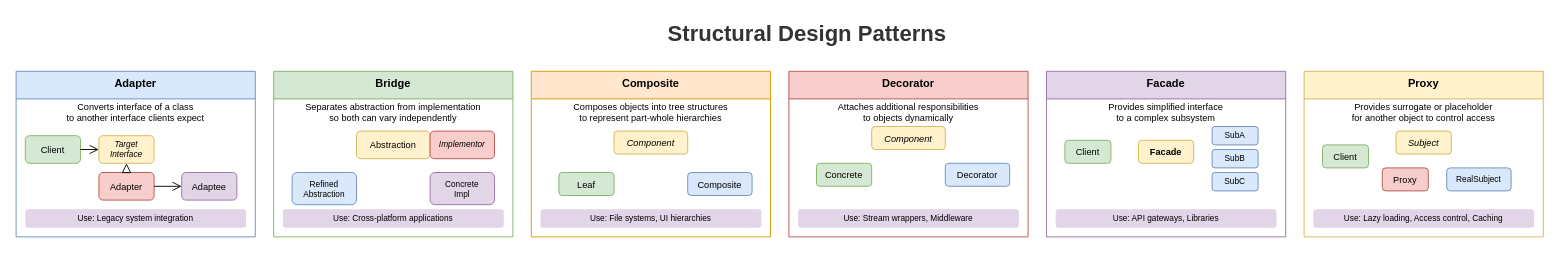
The draw.io diagram lesson-01-software-design-architecture/diagrams/1.2-structural-patterns-overview.drawio in MrParkerZ7/document-lesson-software-architect-x-claude, before the edit. Source tidied: cells renumbered, new cells numbered last; positions are measured from the earlier drawing's top-left corner, leaving out a move shared by most shapes. Both pictures are drawn from the tidied source at 92%, with x=0, y=0 at pixel (16, 16).
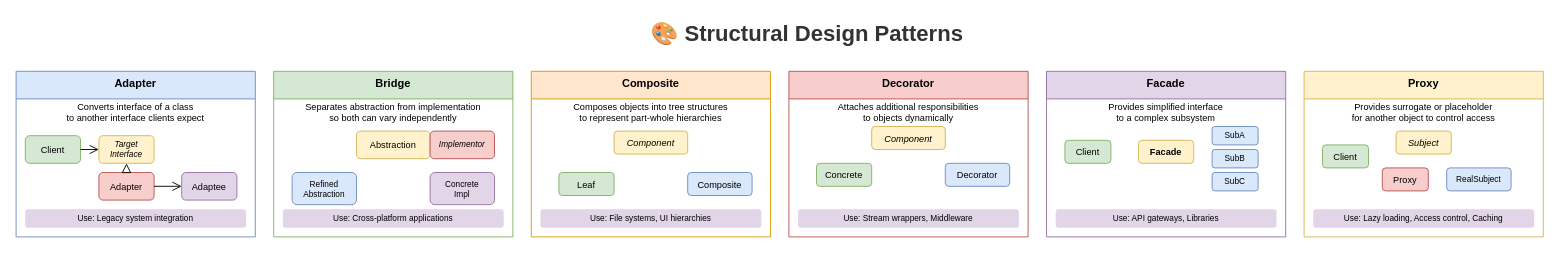
The same diagram, later.

Diff of the diagram source:
```diff
@@
-    <mxCell id="2" value="Structural Design Patterns" style="text;html=1;strokeColor=none;fillColor=none;align=center;verticalAlign=middle;whiteSpace=wrap;rounded=0;fontSize=24;fontStyle=1;fontColor=#333333;" parent="1" vertex="1">
+    <mxCell id="2" value="🎨 Structural Design Patterns" style="text;html=1;strokeColor=none;fillColor=none;align=center;verticalAlign=middle;whiteSpace=wrap;rounded=0;fontSize=24;fontStyle=1;fontColor=#333333;" parent="1" vertex="1">
       <mxGeometry x="610" width="500" height="40" as="geometry" />
     </mxCell>
```
